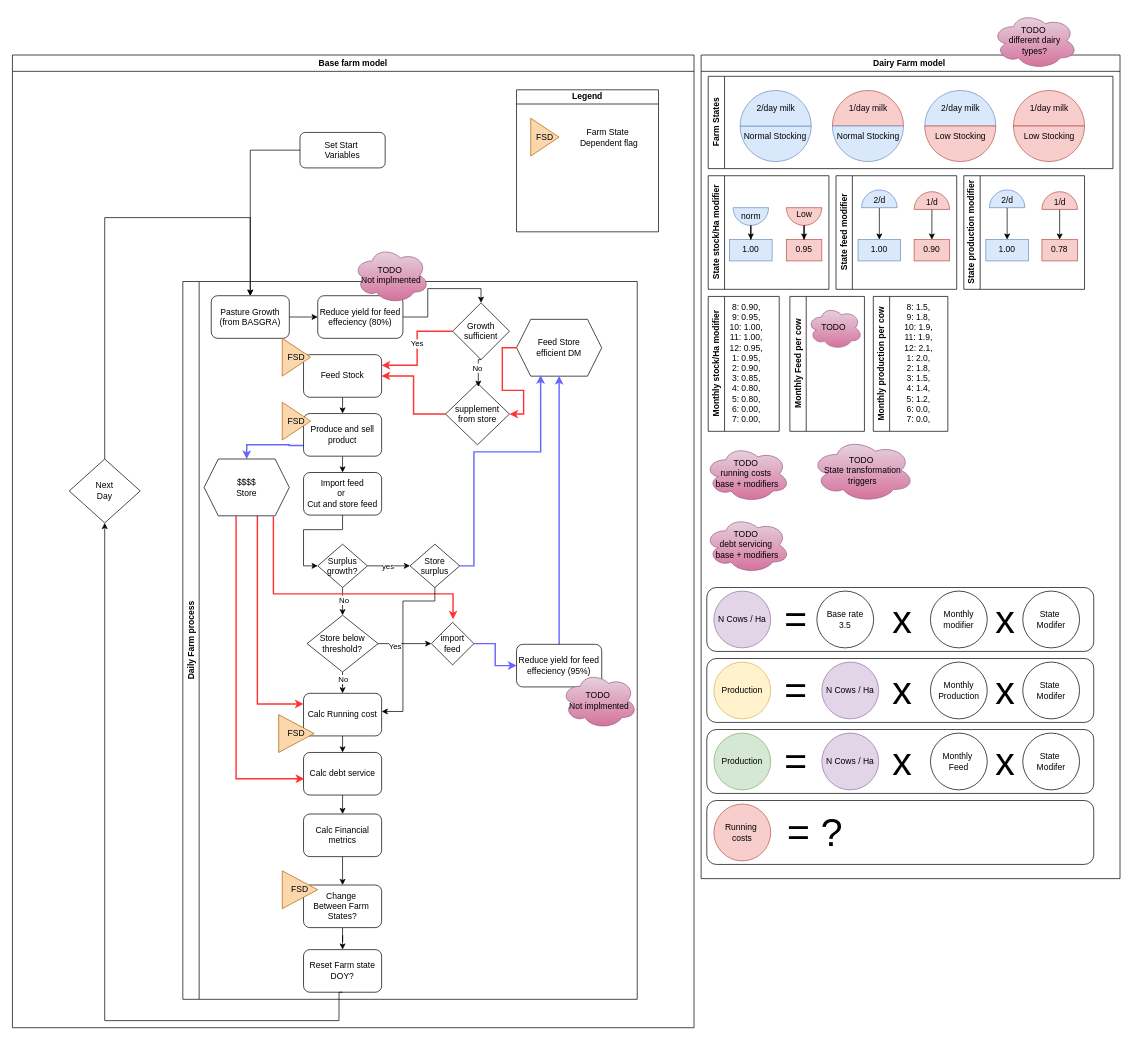
Earlier version of the draw.io diagram docs_build/_static/farm_model_flow_chart.drawio (Komanawa/komanawa-simple-farm-model). Source tidied: cells renumbered, new cells numbered last; positions are measured from the earlier drawing's top-left corner, leaving out a move shared by most shapes. Both pictures are drawn from the tidied source at 71%, with x=0, y=0 at pixel (12, 12).
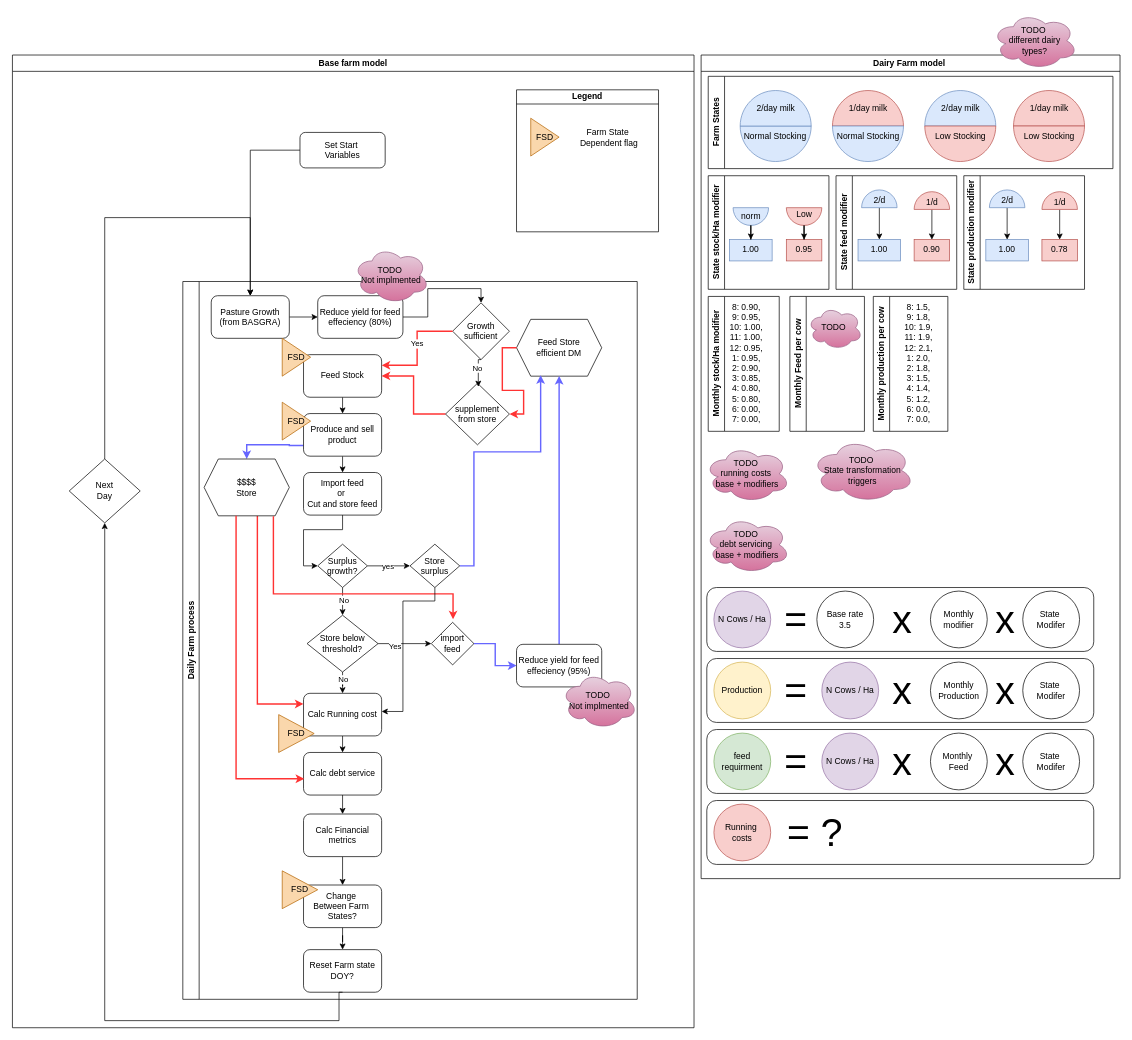
Above is the later version.

Commit message (it also covers changes not shown here):
flowchart model

Unchanged cells that the change refers to:
```xml
<mxCell id="140" style="group;" parent="68" vertex="1">
  <mxGeometry x="8" y="950" width="545" height="90" as="geometry" />
</mxCell>
```

The edit, as a diff of the source:
```diff
@@
-    <mxCell id="142" value="Production" style="ellipse;whiteSpace=wrap;html=1;fillColor=#d5e8d4;strokeColor=#82b366;" parent="140" vertex="1">
+    <mxCell id="142" value="feed requirment" style="ellipse;whiteSpace=wrap;html=1;fillColor=#d5e8d4;strokeColor=#82b366;" parent="140" vertex="1">
       <mxGeometry x="10" y="5" width="80" height="80" as="geometry" />
     </mxCell>
```
